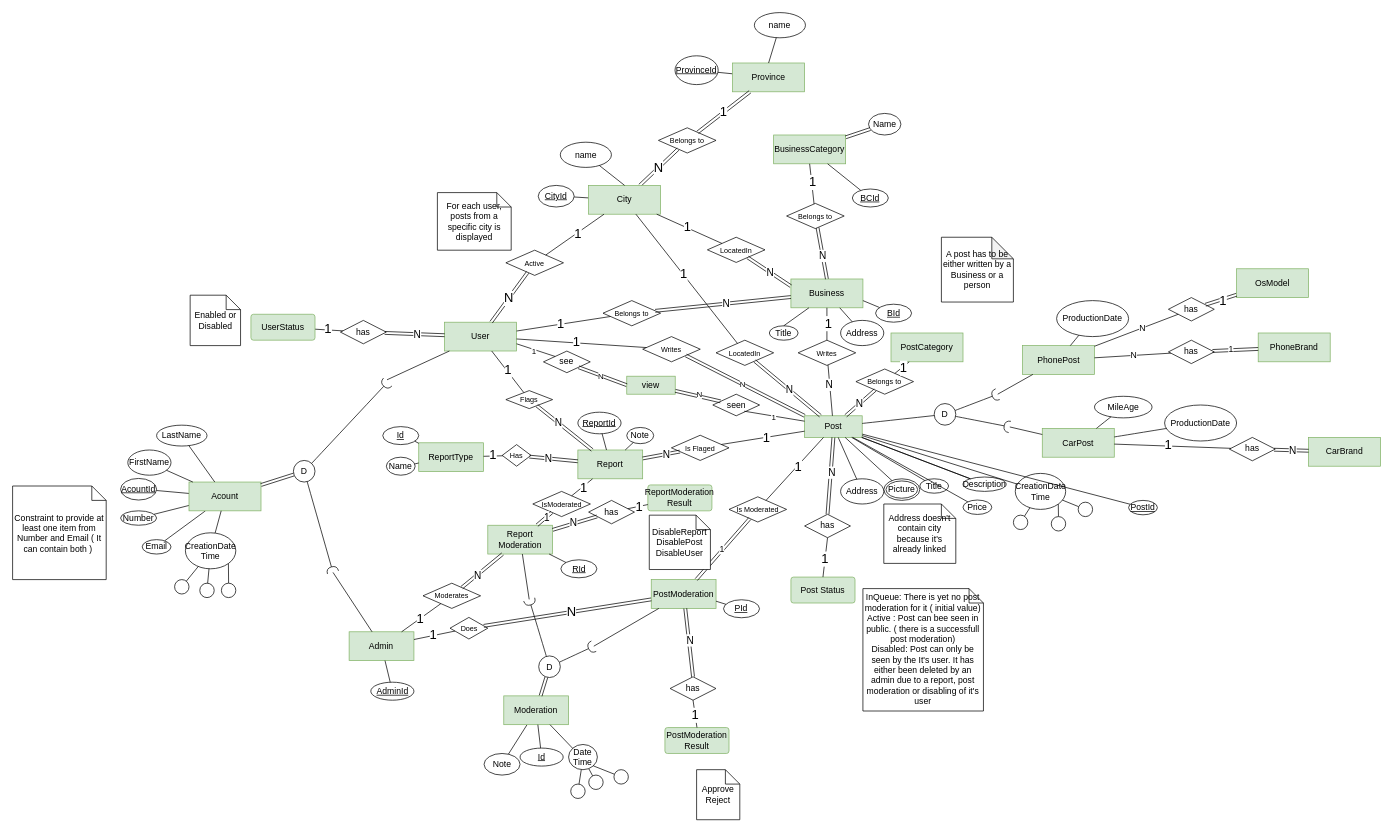
Above: Project.drawio in khebrati/HamsellDatabase (draw.io), before the change. Source tidied: cells renumbered, new cells numbered last; positions are measured from the earlier drawing's top-left corner, leaving out a move shared by most shapes. Both pictures are drawn from the tidied source at 72%, with x=0, y=0 at pixel (12, 12).
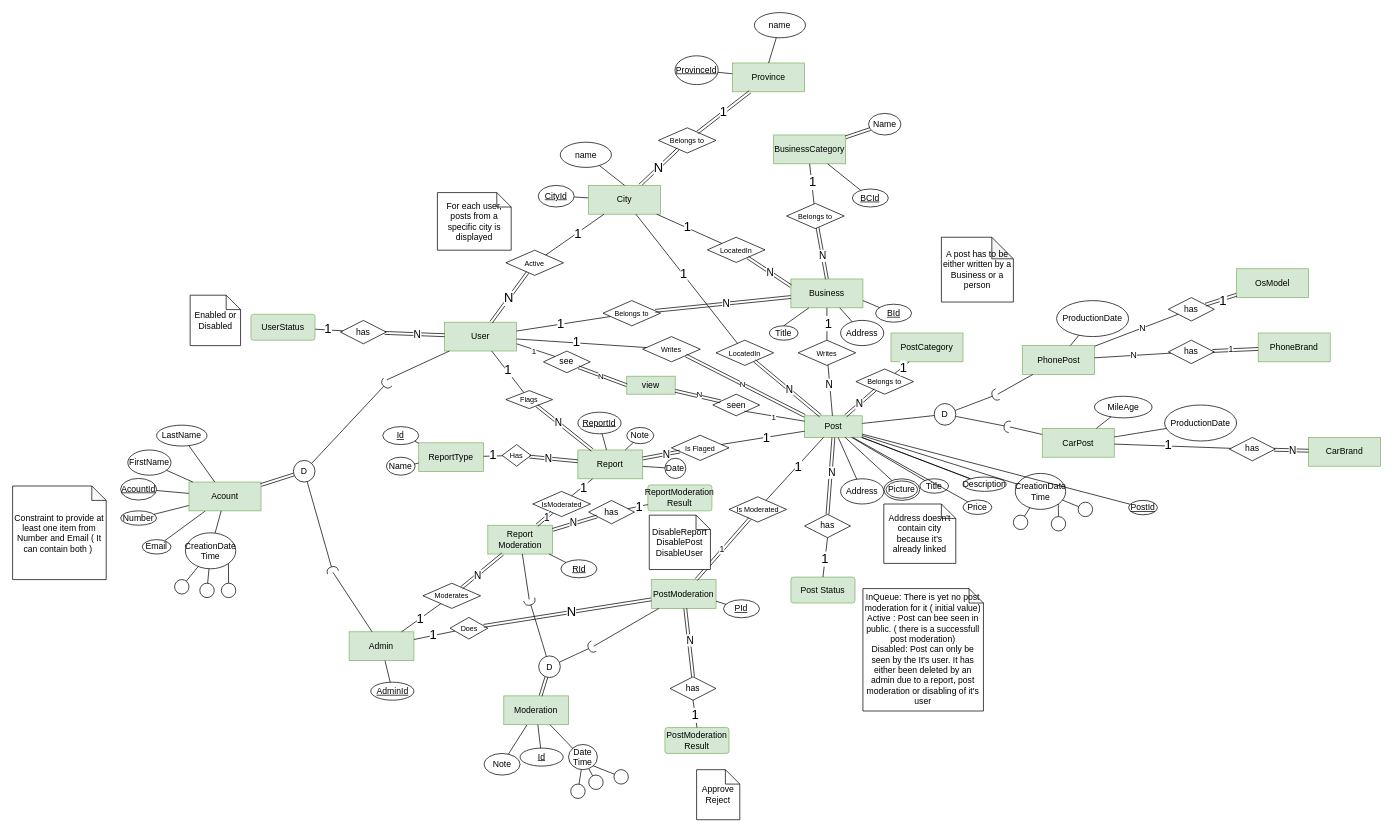
After the change.

The change refers to these unchanged cells:
```xml
<mxCell id="14" value="Report" style="whiteSpace=wrap;html=1;align=center;fillColor=#d5e8d4;strokeColor=#82b366;" parent="1" vertex="1">
  <mxGeometry x="785.1" y="607.5" width="90" height="40" as="geometry" />
</mxCell>
```

The edit, as a diff of the source:
```diff
@@
+    <mxCell id="294" value="Date" style="ellipse;whiteSpace=wrap;html=1;" parent="1" vertex="1">
+      <mxGeometry x="906" y="619" width="29" height="28" as="geometry" />
+    </mxCell>
+    <mxCell id="295" style="endArrow=none;html=1;rounded=0;fontSize=12;startSize=8;endSize=8;curved=1;" parent="1" edge="1" source="14" target="294">
+      <mxGeometry relative="1" as="geometry" />
+    </mxCell>
```
